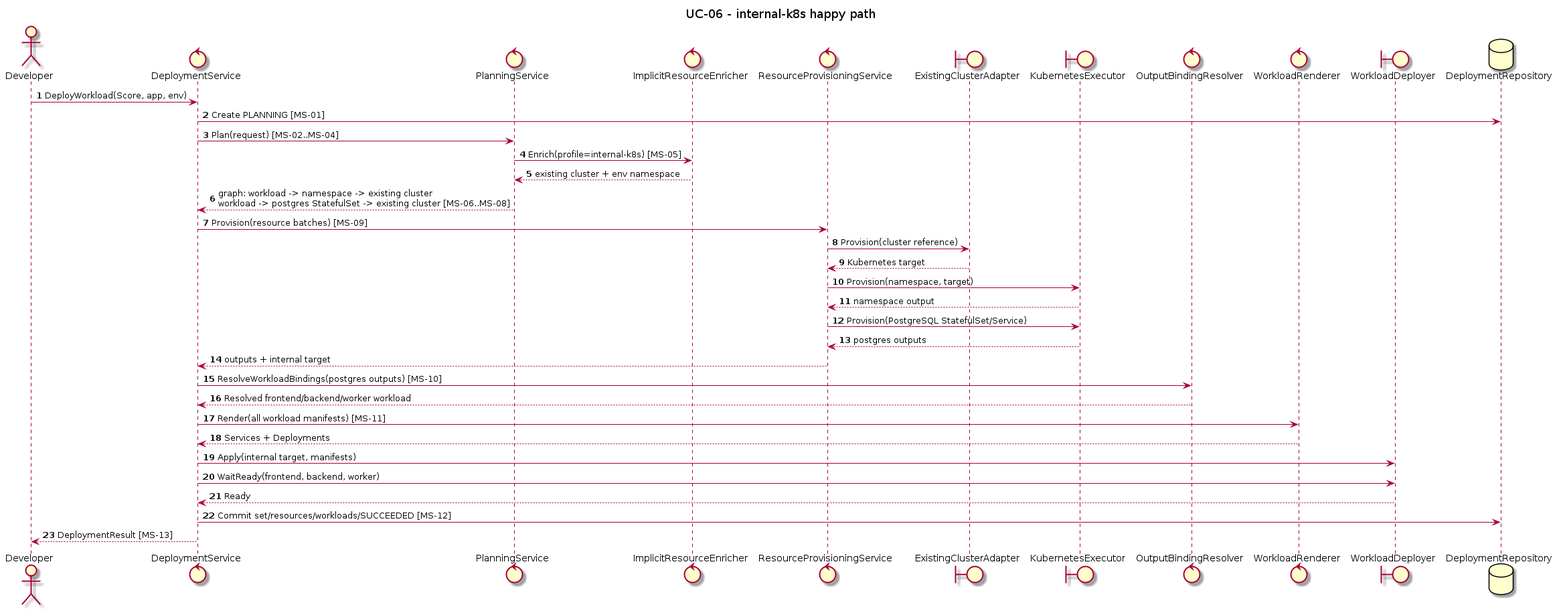
Before: orchestrator_docs/usecase/UC-06/sequence-internal.png, a diagram exported from PlantUML (pr3s3nt/poc). Its source is kept beside it as orchestrator_docs/usecase/UC-06/sequence-internal.puml. Source of this version:
```plantuml
@startuml
title UC-06 - internal-k8s happy path
autonumber
actor Developer
control DeploymentService as Service
control PlanningService as Planner
control ImplicitResourceEnricher as Enricher
control ResourceProvisioningService as Provisioner
boundary ExistingClusterAdapter as ExistingCluster
boundary KubernetesExecutor as ResourceK8s
control OutputBindingResolver as Resolver
control WorkloadRenderer as Renderer
boundary WorkloadDeployer as WorkloadK8s
database DeploymentRepository as Repo

Developer -> Service: DeployWorkload(Score, app, env)
Service -> Repo: Create PLANNING [MS-01]
Service -> Planner: Plan(request) [MS-02..MS-04]
Planner -> Enricher: Enrich(profile=internal-k8s) [MS-05]
Enricher --> Planner: existing cluster + env namespace
Planner --> Service: graph: workload -> namespace -> existing cluster\nworkload -> postgres StatefulSet -> existing cluster [MS-06..MS-08]
Service -> Provisioner: Provision(resource batches) [MS-09]
Provisioner -> ExistingCluster: Provision(cluster reference)
ExistingCluster --> Provisioner: Kubernetes target
Provisioner -> ResourceK8s: Provision(namespace, target)
ResourceK8s --> Provisioner: namespace output
Provisioner -> ResourceK8s: Provision(PostgreSQL StatefulSet/Service)
ResourceK8s --> Provisioner: postgres outputs
Provisioner --> Service: outputs + internal target
Service -> Resolver: ResolveWorkloadBindings(postgres outputs) [MS-10]
Resolver --> Service: Resolved target workload
Service -> Renderer: Render(target workload manifests) [MS-11]
Renderer --> Service: Service/Deployment manifests
Service -> WorkloadK8s: Apply(internal target, manifests)
Service -> WorkloadK8s: WaitReady(target workload)
WorkloadK8s --> Service: Ready
Service -> Repo: Commit set/resources/workloads/SUCCEEDED [MS-12]
Service --> Developer: DeploymentResult [MS-13]
note over Developer, Service
Acceptance verification repeats this operation for
backend, worker and frontend Scores in that order.
end note
@enduml
```
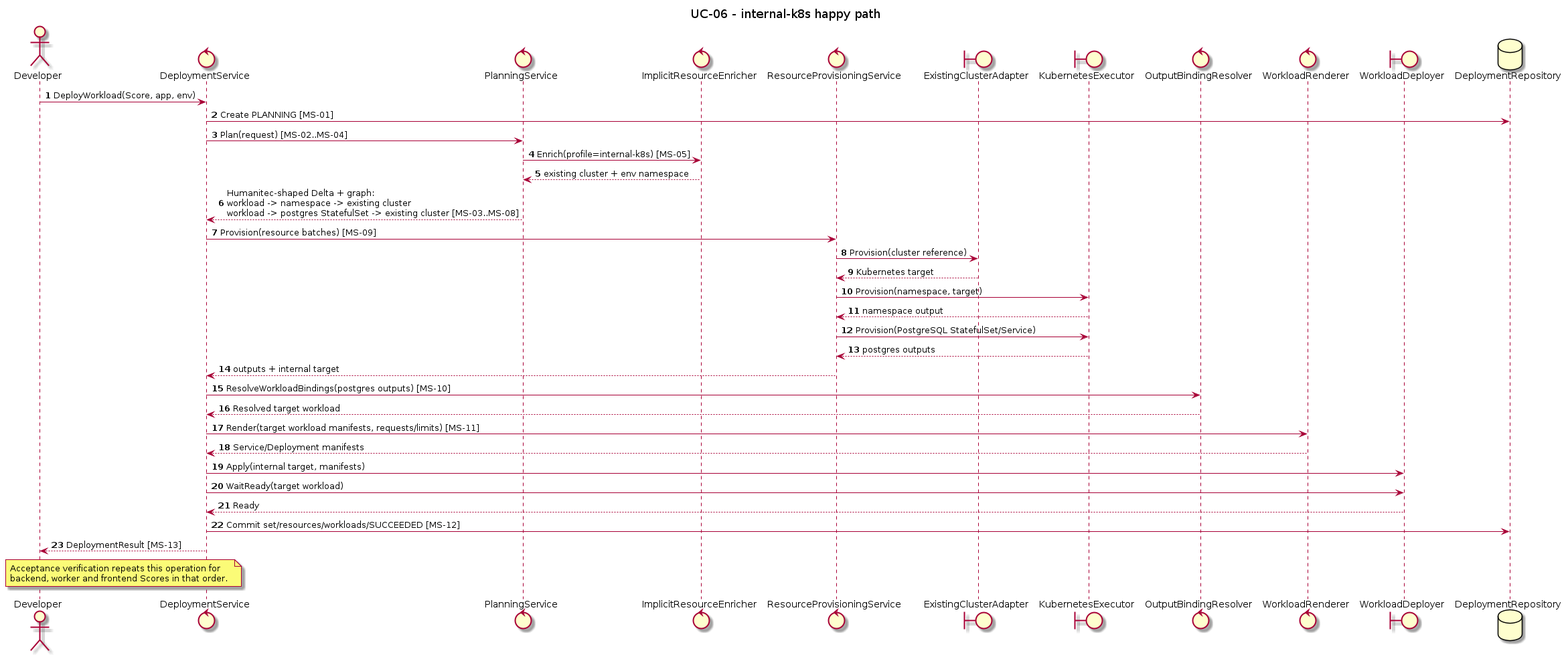
After the change.

What changed in the source:
```diff
@@ -18,7 +18,7 @@
 Service -> Planner: Plan(request) [MS-02..MS-04]
 Planner -> Enricher: Enrich(profile=internal-k8s) [MS-05]
 Enricher --> Planner: existing cluster + env namespace
-Planner --> Service: graph: workload -> namespace -> existing cluster\nworkload -> postgres StatefulSet -> existing cluster [MS-06..MS-08]
+Planner --> Service: Humanitec-shaped Delta + graph:\nworkload -> namespace -> existing cluster\nworkload -> postgres StatefulSet -> existing cluster [MS-03..MS-08]
 Service -> Provisioner: Provision(resource batches) [MS-09]
 Provisioner -> ExistingCluster: Provision(cluster reference)
 ExistingCluster --> Provisioner: Kubernetes target
@@ -29,7 +29,7 @@
 Provisioner --> Service: outputs + internal target
 Service -> Resolver: ResolveWorkloadBindings(postgres outputs) [MS-10]
 Resolver --> Service: Resolved target workload
-Service -> Renderer: Render(target workload manifests) [MS-11]
+Service -> Renderer: Render(target workload manifests, requests/limits) [MS-11]
 Renderer --> Service: Service/Deployment manifests
 Service -> WorkloadK8s: Apply(internal target, manifests)
 Service -> WorkloadK8s: WaitReady(target workload)
```
